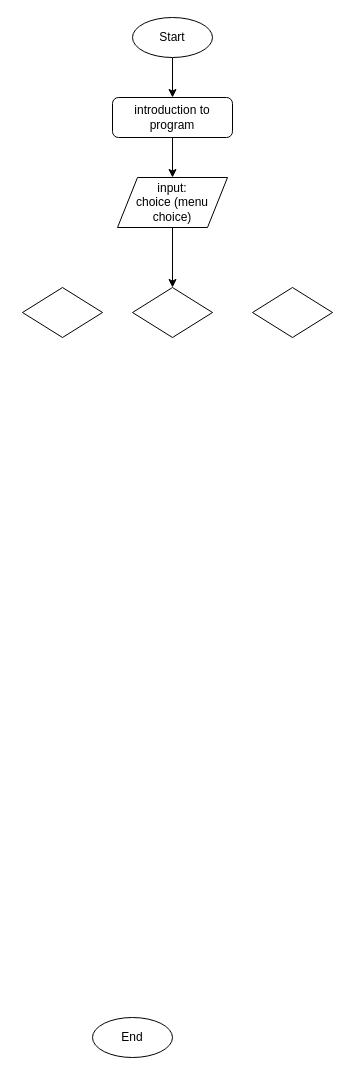
louis-not/ProyekDaskom keeps this draw.io diagram as Untitled Diagram.drawio. Above is the earlier version. Source tidied: cells renumbered, new cells numbered last; positions are measured from the earlier drawing's top-left corner, leaving out a move shared by most shapes. Both pictures are drawn from the tidied source at 100%, with x=0, y=0 at pixel (22, 17).
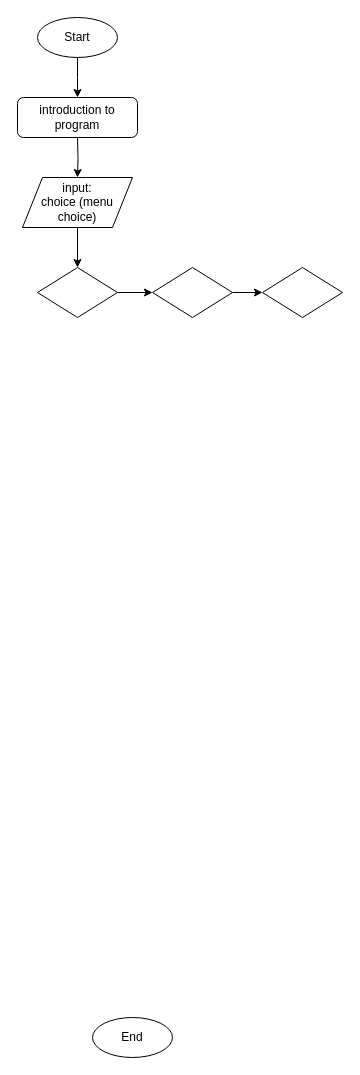
After the change.

Change to the diagram source:
```diff
@@
 <mxGraphModel>
   <root>
     <mxCell id="0" />
     <mxCell id="1" parent="0" />
-    <mxCell id="2" style="edgeStyle=orthogonalEdgeStyle;rounded=0;jettySize=auto;html=1;" parent="1" edge="1" source="3" target="6">
-      <mxGeometry relative="1" as="geometry" />
+    <mxCell id="2" style="edgeStyle=orthogonalEdgeStyle;rounded=0;jettySize=auto;html=1;" parent="1" edge="1" source="3">
+      <mxGeometry relative="1" as="geometry">
+        <mxPoint x="55" y="80" as="targetPoint" />
+      </mxGeometry>
     </mxCell>
     <mxCell id="3" value="Start" style="ellipse;whiteSpace=wrap;html=1;" parent="1" vertex="1">
-      <mxGeometry x="110" width="80" height="40" as="geometry" />
+      <mxGeometry x="15" width="80" height="40" as="geometry" />
     </mxCell>
     <mxCell id="4" value="End" style="ellipse;whiteSpace=wrap;html=1;" parent="1" vertex="1">
       <mxGeometry x="70" y="1000" width="80" height="40" as="geometry" />
     </mxCell>
-    <mxCell id="5" style="edgeStyle=orthogonalEdgeStyle;rounded=0;jettySize=auto;html=1;" parent="1" edge="1" source="6" target="8">
-      <mxGeometry relative="1" as="geometry" />
+    <mxCell id="5" style="edgeStyle=orthogonalEdgeStyle;rounded=0;jettySize=auto;html=1;" parent="1" edge="1" target="8">
+      <mxGeometry relative="1" as="geometry">
+        <mxPoint x="55" y="120" as="sourcePoint" />
+      </mxGeometry>
     </mxCell>
     <mxCell id="6" value="introduction to program" style="rounded=1;whiteSpace=wrap;html=1;" parent="1" vertex="1">
-      <mxGeometry x="90" y="80" width="120" height="40" as="geometry" />
+      <mxGeometry x="-5" y="80" width="120" height="40" as="geometry" />
     </mxCell>
-    <mxCell id="7" style="edgeStyle=orthogonalEdgeStyle;rounded=0;jettySize=auto;html=1;" parent="1" edge="1" source="8" target="10">
-      <mxGeometry relative="1" as="geometry" />
-    </mxCell>
+    <mxCell id="12" style="edgeStyle=orthogonalEdgeStyle;rounded=0;jettySize=auto;html=1;" parent="1" edge="1" source="8" target="9">
+      <mxGeometry relative="1" as="geometry" />
+    </mxCell>
     <mxCell id="8" value="&lt;div&gt;input:&lt;/div&gt;&lt;div&gt;choice (menu choice)&lt;br&gt;&lt;/div&gt;" style="shape=parallelogram;perimeter=parallelogramPerimeter;whiteSpace=wrap;html=1;fixedSize=1;" parent="1" vertex="1">
-      <mxGeometry x="95" y="160" width="110" height="50" as="geometry" />
+      <mxGeometry y="160" width="110" height="50" as="geometry" />
     </mxCell>
+    <mxCell id="13" style="edgeStyle=orthogonalEdgeStyle;rounded=0;jettySize=auto;html=1;" parent="1" edge="1" source="9" target="10">
+      <mxGeometry relative="1" as="geometry" />
+    </mxCell>
     <mxCell id="9" style="rhombus;whiteSpace=wrap;html=1;" parent="1" vertex="1">
-      <mxGeometry y="270" width="80" height="50" as="geometry" />
+      <mxGeometry x="15" y="250" width="80" height="50" as="geometry" />
     </mxCell>
+    <mxCell id="14" style="edgeStyle=orthogonalEdgeStyle;rounded=0;jettySize=auto;html=1;" parent="1" edge="1" source="10" target="11">
+      <mxGeometry relative="1" as="geometry" />
+    </mxCell>
     <mxCell id="10" style="rhombus;whiteSpace=wrap;html=1;" parent="1" vertex="1">
-      <mxGeometry x="110" y="270" width="80" height="50" as="geometry" />
+      <mxGeometry x="130" y="250" width="80" height="50" as="geometry" />
     </mxCell>
     <mxCell id="11" style="rhombus;whiteSpace=wrap;html=1;" parent="1" vertex="1">
-      <mxGeometry x="230" y="270" width="80" height="50" as="geometry" />
+      <mxGeometry x="240" y="250" width="80" height="50" as="geometry" />
     </mxCell>
   </root>
 </mxGraphModel>
```
